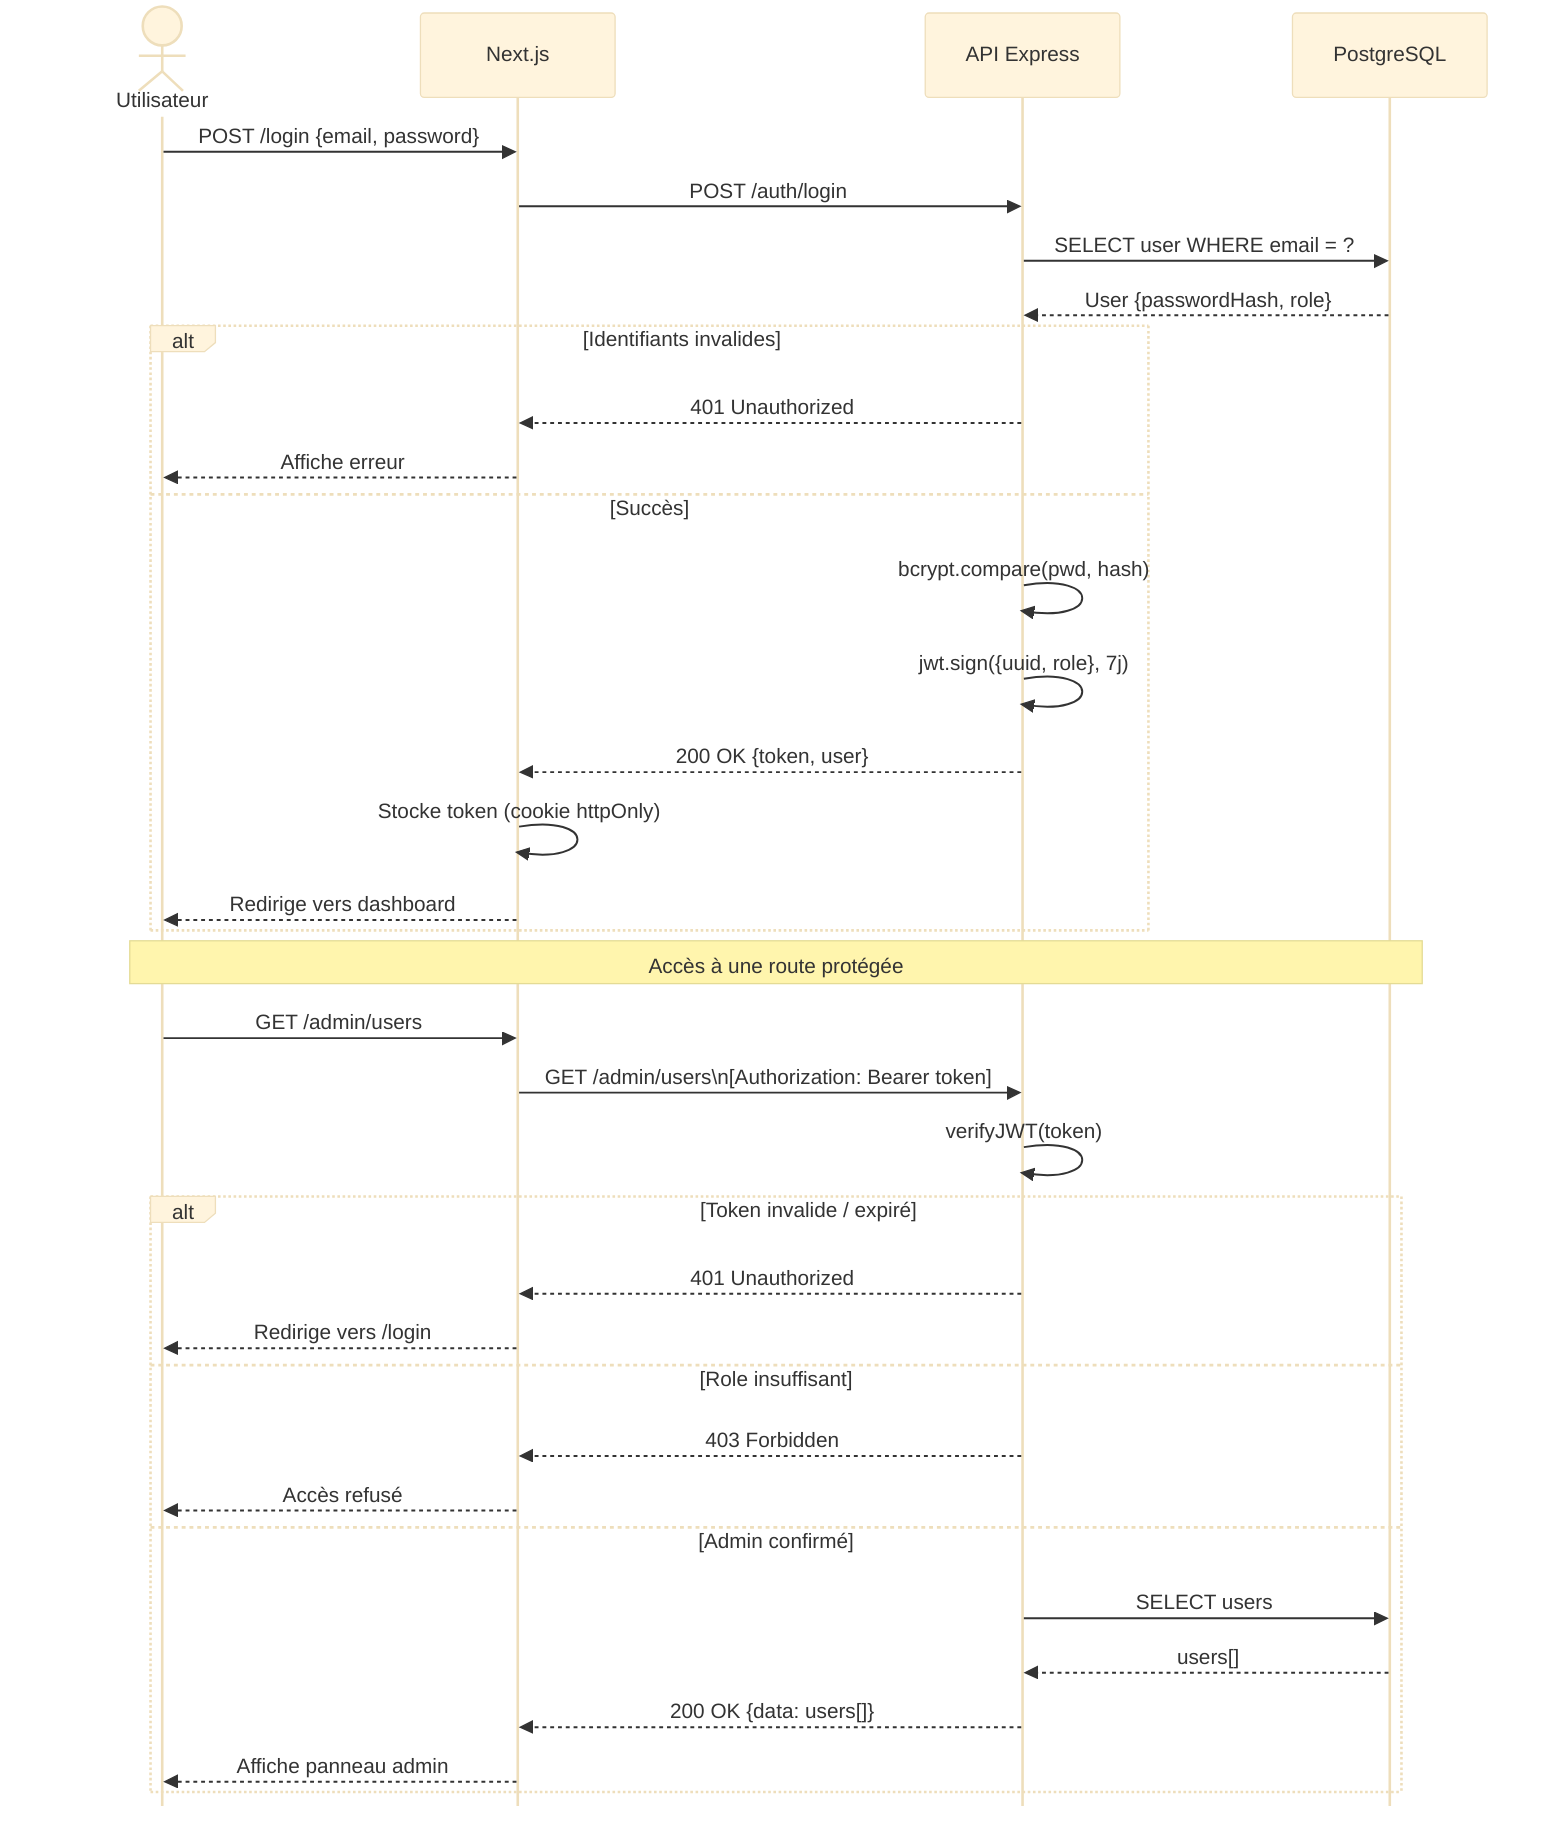
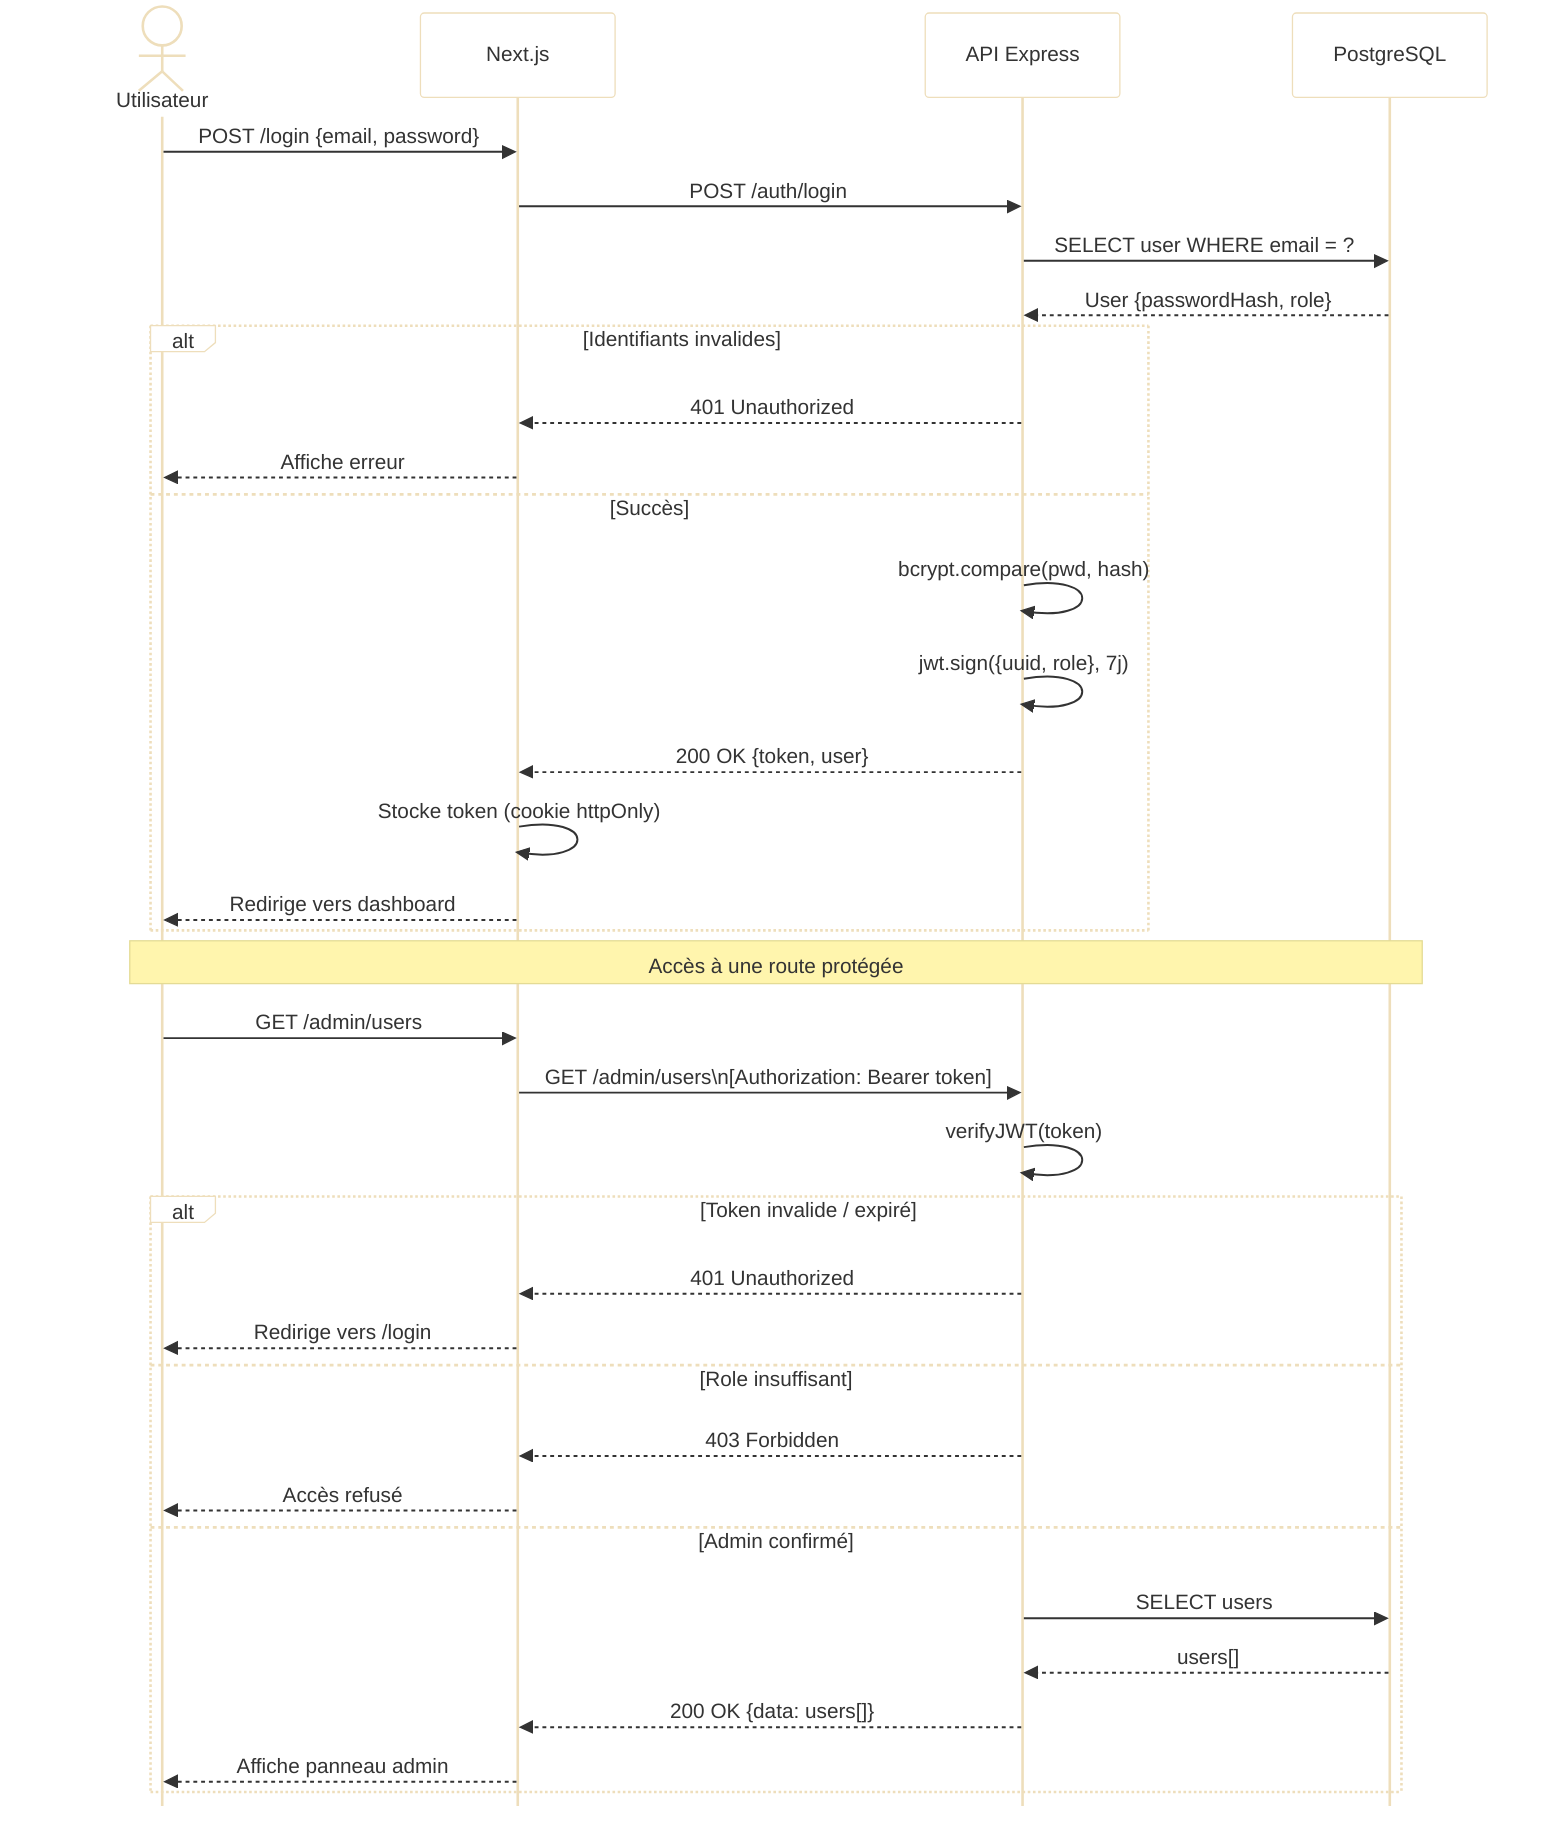
- %%{init: {'theme': 'base', 'themeVariables': {'fontSize': '13px', 'fontFamily': 'Arial'}, 'sequence': {'actorFontSize': 13, 'messageFontSize': 12, 'mirrorActors': false, 'useMaxWidth': true, 'boxMargin': 8, 'noteMargin': 8}}}%%
+ %%{init: {'theme': 'base', 'themeVariables': {'background': '#ffffff', 'mainBkg': '#ffffff', 'fontSize': '13px', 'fontFamily': 'Arial'}, 'sequence': {'actorFontSize': 13, 'messageFontSize': 12, 'mirrorActors': false, 'useMaxWidth': true, 'boxMargin': 8, 'noteMargin': 8}}}%%
sequenceDiagram
    actor U as Utilisateur
    participant IHM as Next.js
    participant API as API Express
    participant DB as PostgreSQL

    U->>IHM: POST /login {email, password}
    IHM->>API: POST /auth/login
    API->>DB: SELECT user WHERE email = ?
    DB-->>API: User {passwordHash, role}

    alt Identifiants invalides
        API-->>IHM: 401 Unauthorized
        IHM-->>U: Affiche erreur
    else Succès
        API->>API: bcrypt.compare(pwd, hash)
        API->>API: jwt.sign({uuid, role}, 7j)
        API-->>IHM: 200 OK {token, user}
        IHM->>IHM: Stocke token (cookie httpOnly)
        IHM-->>U: Redirige vers dashboard
    end

    Note over U,DB: Accès à une route protégée
    U->>IHM: GET /admin/users
    IHM->>API: GET /admin/users\n[Authorization: Bearer token]
    API->>API: verifyJWT(token)

    alt Token invalide / expiré
        API-->>IHM: 401 Unauthorized
        IHM-->>U: Redirige vers /login
    else Role insuffisant
        API-->>IHM: 403 Forbidden
        IHM-->>U: Accès refusé
    else Admin confirmé
        API->>DB: SELECT users
        DB-->>API: users[]
        API-->>IHM: 200 OK {data: users[]}
        IHM-->>U: Affiche panneau admin
    end
